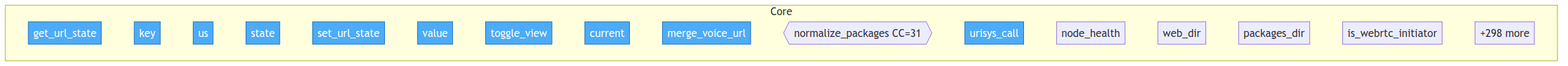
Above: project/flow.png in if-uri/app (Mermaid), before the change. Its source is kept beside it as project/flow.mmd.
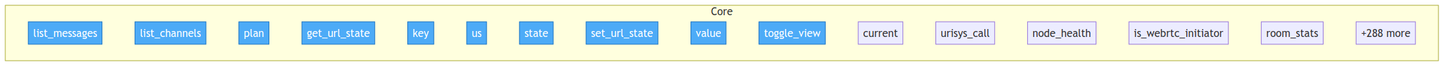
After the change.

Change to the diagram source:
```diff
@@ -3,6 +3,9 @@
     classDef entry fill:#4dabf7,stroke:#1971c2,color:#fff
 
     subgraph Core
+        packages__ifuri_chat__handlers__messages__list_messages["list_messages"]
+        packages__ifuri_chat__handlers__messages__list_channels["list_channels"]
+        packages__ifuri_voice__handlers__plan__plan["plan"]
         packages__ifuri_page__handlers__get_url_state["get_url_state"]
         packages__ifuri_page__handlers__key["key"]
         packages__ifuri_page__handlers__us["us"]
@@ -11,14 +14,11 @@
         packages__ifuri_page__handlers__value["value"]
         packages__ifuri_page__handlers__toggle_view["toggle_view"]
         packages__ifuri_page__handlers__current["current"]
-        src__ifuri_app__url_params__merge_voice_url["merge_voice_url"]
-        src__ifuri_app__connect_store__normalize_packages{{normalize_packages CC=31}}
         packages__ifuri_bridge__handlers__urisys_call__urisys_call["urisys_call"]
         packages__ifuri_bridge__handlers__urisys_call__node_health["node_health"]
-        src__ifuri_app__paths__web_dir["web_dir"]
-        src__ifuri_app__paths__packages_dir["packages_dir"]
         src__ifuri_app__webrtc_signal__is_webrtc_initiator["is_webrtc_initiator"]
-        ...["+298 more"]
+        src__ifuri_app__webrtc_signal__room_stats["room_stats"]
+        ...["+288 more"]
     end
 
-    class packages__ifuri_page__handlers__get_url_state,packages__ifuri_page__handlers__key,packages__ifuri_page__handlers__us,packages__ifuri_page__handlers__state,packages__ifuri_page__handlers__set_url_state,packages__ifuri_page__handlers__value,packages__ifuri_page__handlers__toggle_view,packages__ifuri_page__handlers__current,src__ifuri_app__url_params__merge_voice_url,packages__ifuri_bridge__handlers__urisys_call__urisys_call entry
+    class packages__ifuri_chat__handlers__messages__list_messages,packages__ifuri_chat__handlers__messages__list_channels,packages__ifuri_voice__handlers__plan__plan,packages__ifuri_page__handlers__get_url_state,packages__ifuri_page__handlers__key,packages__ifuri_page__handlers__us,packages__ifuri_page__handlers__state,packages__ifuri_page__handlers__set_url_state,packages__ifuri_page__handlers__value,packages__ifuri_page__handlers__toggle_view entry
```
